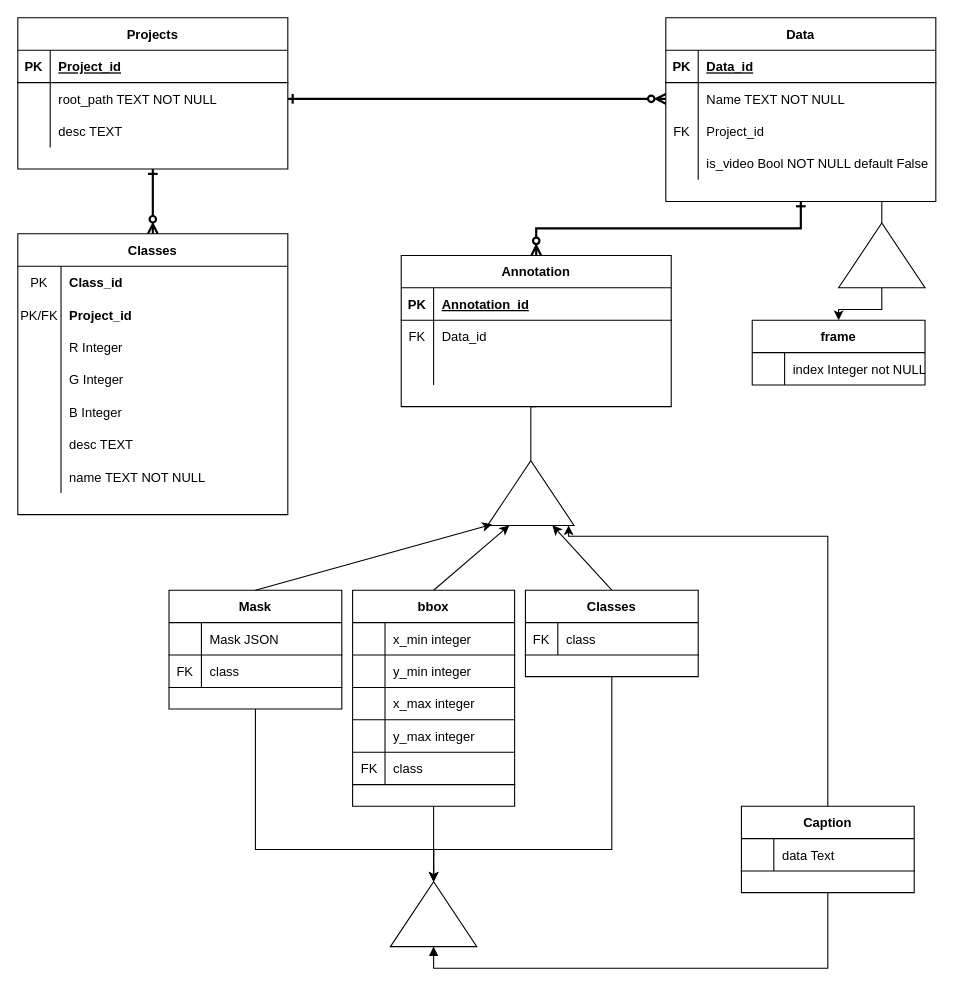
joao-lucas-paes/Oculus_label keeps this draw.io diagram as src/arc/db/schematic_Architecture.drawio. Above is the earlier version. Source tidied: cells renumbered, new cells numbered last; positions are measured from the earlier drawing's top-left corner, leaving out a move shared by most shapes. Both pictures are drawn from the tidied source at 108%, with x=0, y=0 at pixel (17, 17).
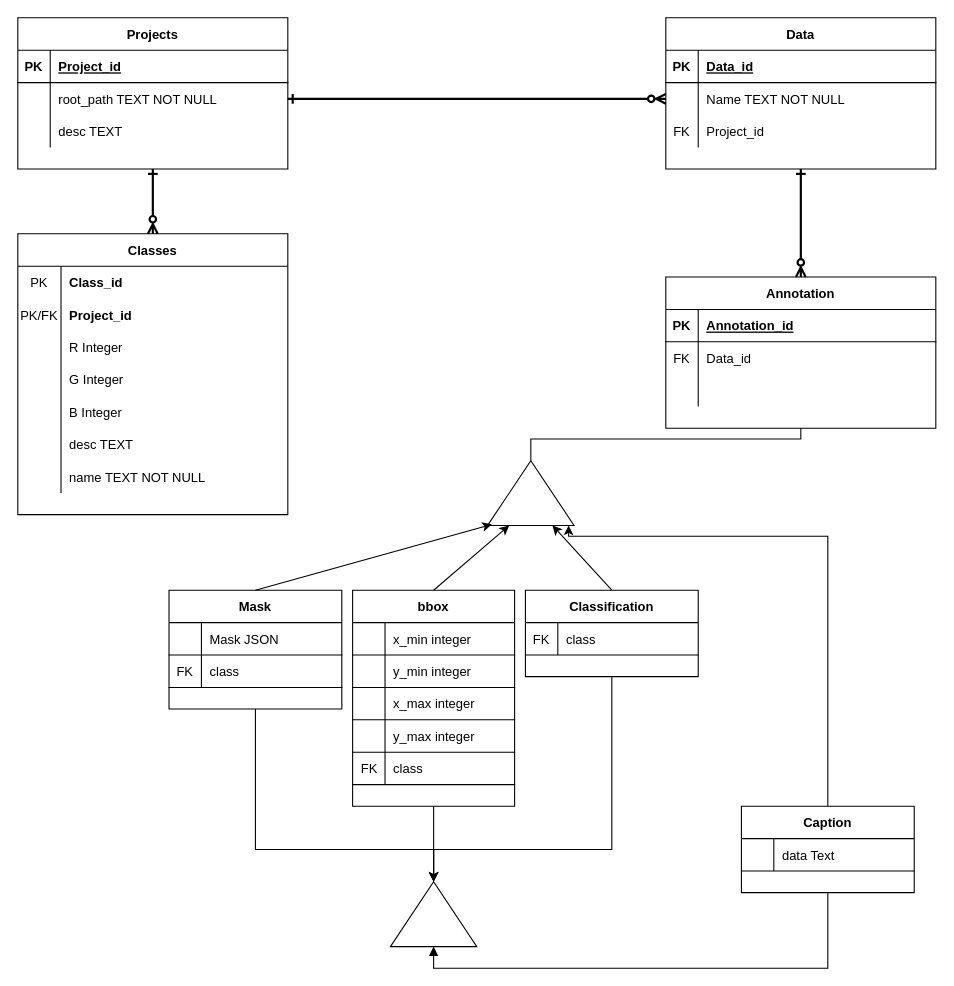
Above is the later version.

Commit message (it also covers changes not shown here):
schematic grammatic fix Classes from Annotaion changed to Classification. Motivation: two tables with 'Classes' name would be a big problem to manutenability.

Unchanged cells that the change refers to:
```xml
<mxCell id="39" style="triangle;whiteSpace=wrap;html=1;rotation=-90;" parent="1" vertex="1">
  <mxGeometry x="445" y="400" width="60" height="80" as="geometry" />
</mxCell>
```

Change to the diagram source:
```diff
@@
-    <mxCell id="12" style="edgeStyle=orthogonalEdgeStyle;rounded=0;jettySize=auto;html=1;exitX=0.75;exitY=1;exitDx=0;exitDy=0;entryX=1;entryY=0.5;entryDx=0;entryDy=0;endArrow=none;startFill=0;" parent="1" edge="1" source="13" target="104">
-      <mxGeometry relative="1" as="geometry" />
-    </mxCell>
     <mxCell id="13" value="Data" style="shape=table;startSize=30;childLayout=tableLayout;rowLines=0;fontStyle=1;align=center;" parent="1" vertex="1">
-      <mxGeometry x="600" width="250" height="170" as="geometry" />
+      <mxGeometry x="600" width="250" height="140" as="geometry" />
     </mxCell>
@@
-    <mxCell id="23" style="shape=partialRectangle;fillColor=none;top=0;left=0;right=0;bottom=0;" parent="13" vertex="1">
-      <mxGeometry y="120" width="250" height="30" as="geometry" />
-    </mxCell>
-    <mxCell id="24" style="shape=partialRectangle;overflow=hidden;fillColor=none;top=0;left=0;bottom=0;right=0;" parent="23" vertex="1">
-      <mxGeometry width="30" height="30" as="geometry" />
-    </mxCell>
-    <mxCell id="25" value="is_video Bool NOT NULL default False" style="shape=partialRectangle;overflow=hidden;fillColor=none;top=0;left=0;bottom=0;right=0;align=left;spacingLeft=6;" parent="23" vertex="1">
-      <mxGeometry x="30" width="220" height="30" as="geometry" />
-    </mxCell>
@@
     <mxCell id="27" style="edgeStyle=orthogonalEdgeStyle;rounded=0;jettySize=auto;html=1;exitX=0.5;exitY=1;exitDx=0;exitDy=0;entryX=1;entryY=0.5;entryDx=0;entryDy=0;endArrow=none;startFill=0;" parent="1" edge="1" source="28" target="39">
       <mxGeometry relative="1" as="geometry">
         <Array as="points">
-          <mxPoint x="475" y="360" />
+          <mxPoint x="725" y="390" />
+          <mxPoint x="475" y="390" />
         </Array>
       </mxGeometry>
     </mxCell>
     <mxCell id="28" value="Annotation" style="shape=table;startSize=30;childLayout=tableLayout;rowLines=0;fontStyle=1;align=center;" parent="1" vertex="1">
-      <mxGeometry x="355" y="220" width="250" height="140" as="geometry" />
+      <mxGeometry x="600" y="240" width="250" height="140" as="geometry" />
     </mxCell>
@@
-    <mxCell id="68" value="Classes" style="shape=table;startSize=30;childLayout=tableLayout;rowLines=0;fontStyle=1;align=center;" parent="1" vertex="1">
+    <mxCell id="68" value="Classification" style="shape=table;startSize=30;childLayout=tableLayout;rowLines=0;fontStyle=1;align=center;" parent="1" vertex="1">
       <mxGeometry x="470" y="530" width="160" height="80" as="geometry" />
     </mxCell>
@@
-    <mxCell id="103" style="edgeStyle=orthogonalEdgeStyle;rounded=0;jettySize=auto;html=1;exitX=0;exitY=0.5;exitDx=0;exitDy=0;entryX=0.5;entryY=0;entryDx=0;entryDy=0;" parent="1" edge="1" source="104" target="105">
-      <mxGeometry relative="1" as="geometry" />
-    </mxCell>
-    <mxCell id="104" style="triangle;whiteSpace=wrap;html=1;rotation=-90;" parent="1" vertex="1">
-      <mxGeometry x="770" y="180" width="60" height="80" as="geometry" />
-    </mxCell>
-    <mxCell id="105" value="frame" style="shape=table;startSize=30;childLayout=tableLayout;rowLines=0;fontStyle=1;align=center;" parent="1" vertex="1">
-      <mxGeometry x="680" y="280" width="160" height="60" as="geometry" />
-    </mxCell>
-    <mxCell id="106" style="shape=partialRectangle;fillColor=none;top=0;left=0;right=0;bottom=0;" parent="105" vertex="1">
-      <mxGeometry y="30" width="160" height="30" as="geometry" />
-    </mxCell>
-    <mxCell id="107" style="shape=partialRectangle;overflow=hidden;fillColor=none;top=0;left=0;bottom=0;right=0;" parent="106" vertex="1">
-      <mxGeometry width="30" height="30" as="geometry" />
-    </mxCell>
-    <mxCell id="108" value="index Integer not NULL" style="shape=partialRectangle;overflow=hidden;fillColor=none;top=0;left=0;bottom=0;right=0;align=left;spacingLeft=6;" parent="106" vertex="1">
-      <mxGeometry x="30" width="130" height="30" as="geometry" />
-    </mxCell>
```
